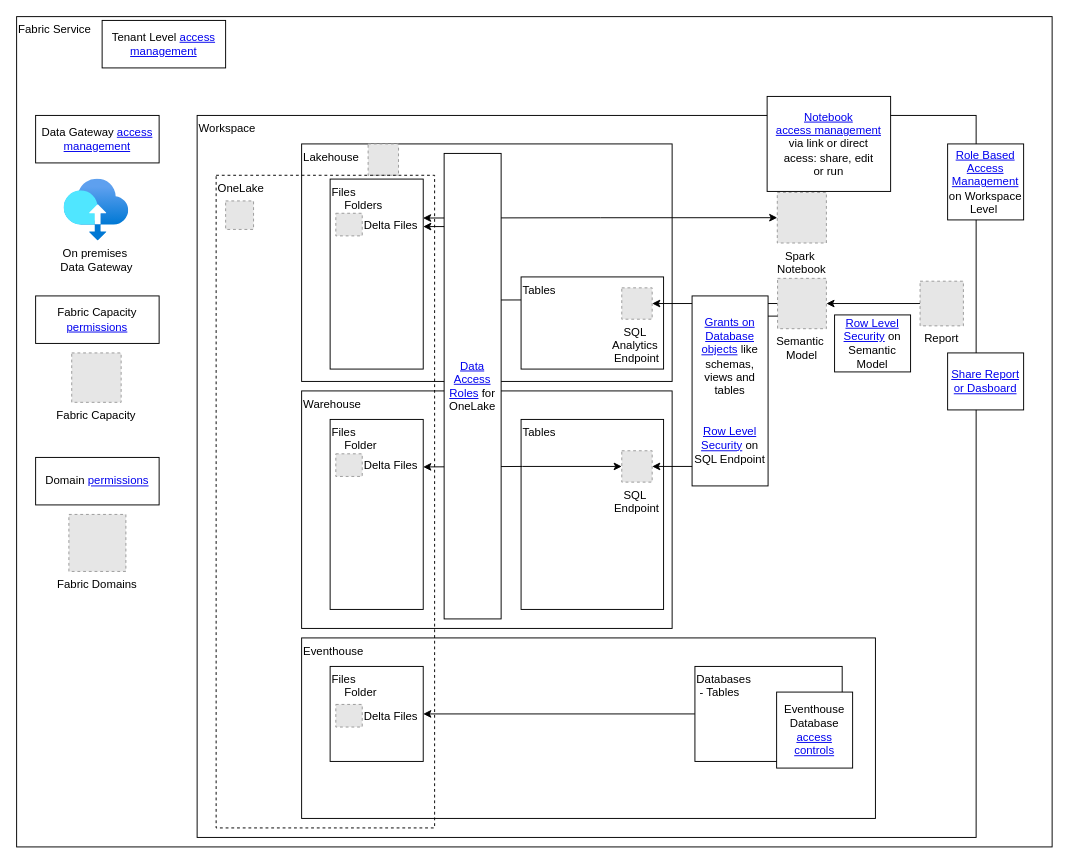
This is page "Access Management" (6 of 8) of Fabric.drawio from jugi92/useful_architectures, a draw.io file, before an edit. Source tidied: cells renumbered, new cells numbered last; positions are measured from the earlier drawing's top-left corner, leaving out a move shared by most shapes. Both pictures are drawn from the tidied source at 95%, with x=0, y=0 at pixel (16, 16). Pictures stored in the file or linked from it are replaced by grey dashed boxes.
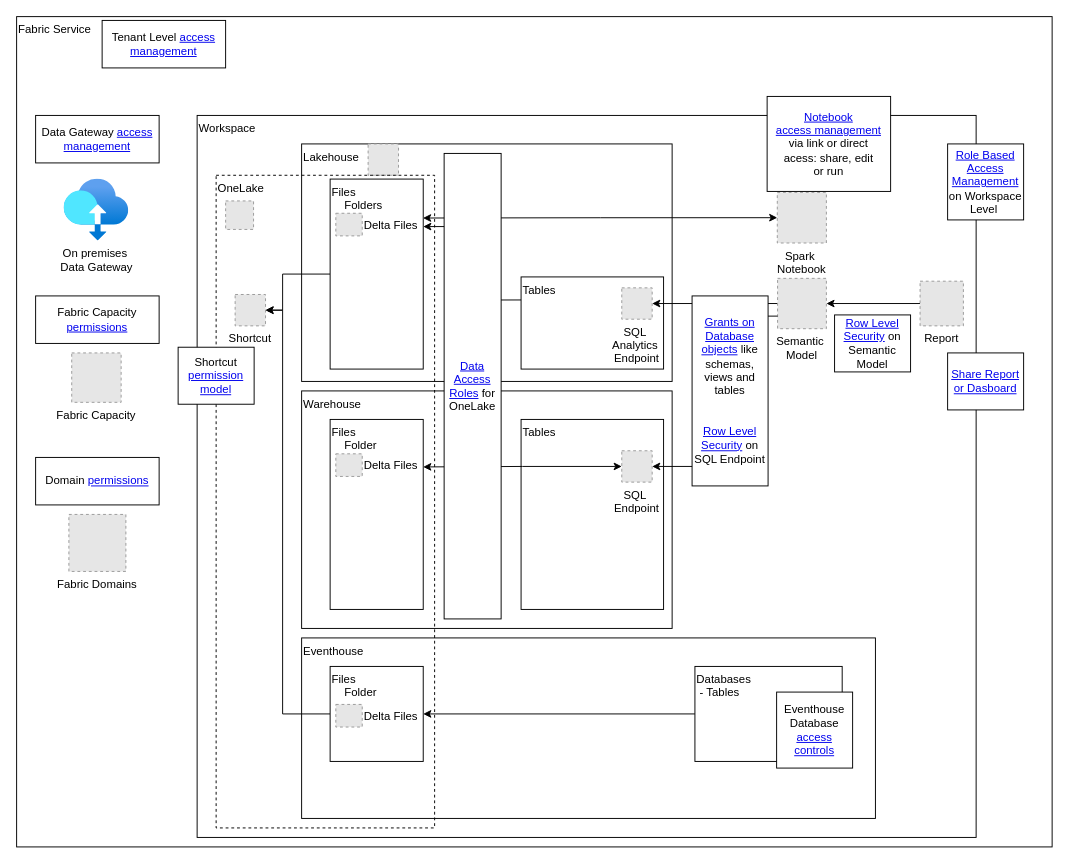
The same page after the edit.

The change refers to these unchanged cells:
```xml
<mxCell id="15" value="Files&lt;br&gt;&lt;div&gt;&lt;div&gt;&amp;nbsp; &amp;nbsp; Folders&lt;/div&gt;&lt;div&gt;&lt;br&gt;&lt;/div&gt;&lt;/div&gt;" style="rounded=0;whiteSpace=wrap;html=1;align=left;verticalAlign=top;" parent="1" vertex="1">
  <mxGeometry x="330" y="171" width="98" height="200" as="geometry" />
</mxCell>
<mxCell id="31" value="Files&lt;div&gt;&amp;nbsp; &amp;nbsp; Folder&lt;/div&gt;&lt;div&gt;&lt;br&gt;&lt;/div&gt;" style="rounded=0;whiteSpace=wrap;html=1;align=left;verticalAlign=top;" parent="1" vertex="1">
  <mxGeometry x="330" y="684" width="98" height="100" as="geometry" />
</mxCell>
```

What changed in the source:
```diff
@@
+    <mxCell id="47" style="edgeStyle=orthogonalEdgeStyle;rounded=0;jettySize=auto;html=1;exitX=0;exitY=0.5;exitDx=0;exitDy=0;" parent="1" edge="1" source="15" target="49">
+      <mxGeometry relative="1" as="geometry">
+        <Array as="points">
+          <mxPoint x="280" y="271" />
+          <mxPoint x="280" y="309" />
+        </Array>
+      </mxGeometry>
+    </mxCell>
@@
+    <mxCell id="48" style="edgeStyle=orthogonalEdgeStyle;rounded=0;jettySize=auto;html=1;exitX=0;exitY=0.5;exitDx=0;exitDy=0;" parent="1" edge="1" source="31" target="49">
+      <mxGeometry relative="1" as="geometry">
+        <Array as="points">
+          <mxPoint x="280" y="734" />
+          <mxPoint x="280" y="309" />
+        </Array>
+      </mxGeometry>
+    </mxCell>
@@
+    <mxCell id="49" value="Shortcut" style="fillColor=#E6E6E6;strokeColor=#999999;dashed=1;verticalLabelPosition=bottom;verticalAlign=top;" parent="1" vertex="1">
+      <mxGeometry x="230" y="292.5" width="32" height="33" as="geometry" />
+    </mxCell>
@@
+    <mxCell id="50" value="Shortcut&lt;div&gt;&lt;a href=&quot;https://learn.microsoft.com/en-us/fabric/onelake/onelake-shortcut-security&quot;&gt;permission model&lt;/a&gt;&lt;/div&gt;" style="rounded=0;whiteSpace=wrap;html=1;" parent="33" vertex="1">
+      <mxGeometry x="170" y="348" width="80" height="60" as="geometry" />
+    </mxCell>
```
